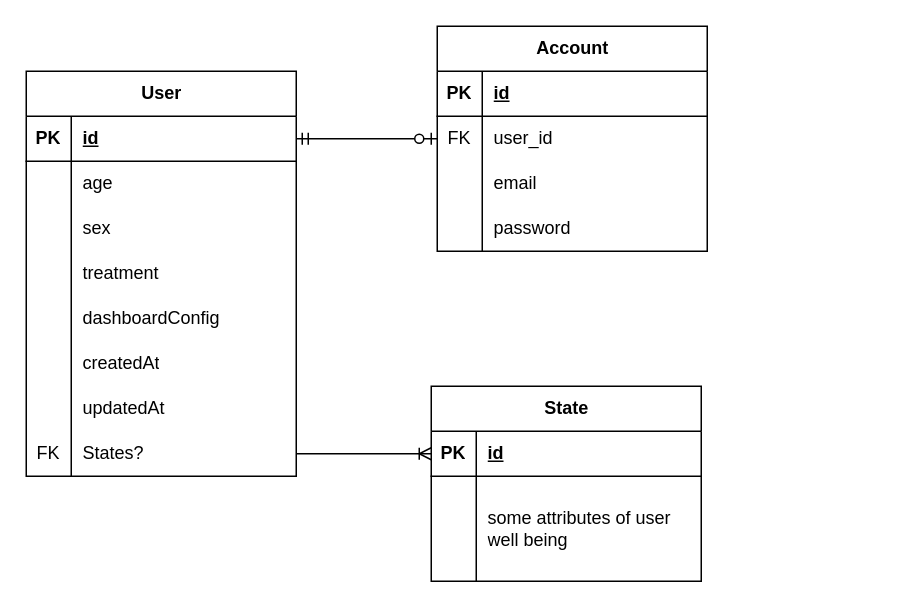
This is my-llm-app-demo/database_diagram.drawio from checkpoint214159/MGC2025, a draw.io file, before an edit. Source tidied: cells renumbered, new cells numbered last; positions are measured from the earlier drawing's top-left corner, leaving out a move shared by most shapes. Both pictures are drawn from the tidied source at 150%, with x=0, y=0 at pixel (26, 26).
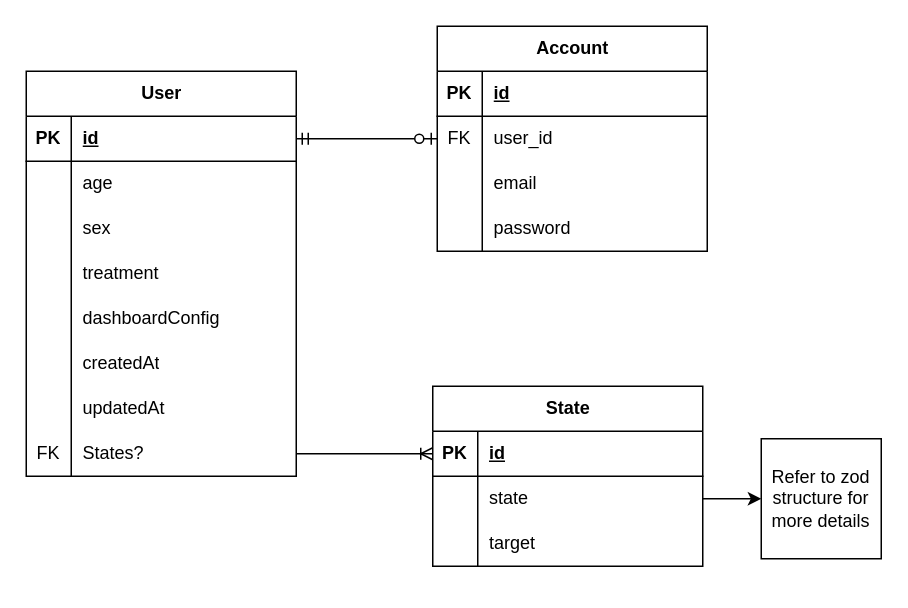
After the change.

The edit, as a diff of the source:
```diff
@@
     <mxCell id="41" value="State" style="shape=table;startSize=30;childLayout=tableLayout;rowLines=0;fontStyle=1;align=center;html=1;" parent="1" vertex="1">
-      <mxGeometry x="270" y="240" width="180" height="130" as="geometry" />
+      <mxGeometry x="271" y="240" width="180" height="120" as="geometry" />
     </mxCell>
@@
     <mxCell id="45" style="shape=tableRow;horizontal=0;startSize=0;swimlaneHead=0;swimlaneBody=0;fillColor=none;points=[[0,0.5],[1,0.5]];portConstraint=eastwest;top=0;left=0;right=0;bottom=0;" parent="41" vertex="1">
-      <mxGeometry y="60" width="180" height="70" as="geometry" />
+      <mxGeometry y="60" width="180" height="30" as="geometry" />
     </mxCell>
     <mxCell id="46" style="shape=partialRectangle;fillColor=none;top=0;left=0;bottom=0;right=0;overflow=hidden;whiteSpace=wrap;html=1;" parent="45" vertex="1">
-      <mxGeometry width="30" height="70" as="geometry" />
+      <mxGeometry width="30" height="30" as="geometry" />
     </mxCell>
-    <mxCell id="47" value="some attributes of user well being" style="shape=partialRectangle;fillColor=none;top=0;left=0;bottom=0;right=0;align=left;spacingLeft=6;overflow=hidden;whiteSpace=wrap;html=1;" parent="45" vertex="1">
-      <mxGeometry x="30" width="150" height="70" as="geometry" />
+    <mxCell id="47" value="state" style="shape=partialRectangle;fillColor=none;top=0;left=0;bottom=0;right=0;align=left;spacingLeft=6;overflow=hidden;whiteSpace=wrap;html=1;" parent="45" vertex="1">
+      <mxGeometry x="30" width="150" height="30" as="geometry" />
     </mxCell>
+    <mxCell id="49" style="shape=tableRow;horizontal=0;startSize=0;swimlaneHead=0;swimlaneBody=0;fillColor=none;top=0;left=0;right=0;bottom=0;" parent="41" vertex="1">
+      <mxGeometry y="90" width="180" height="30" as="geometry" />
+    </mxCell>
+    <mxCell id="50" style="shape=partialRectangle;fillColor=none;top=0;left=0;bottom=0;right=0;overflow=hidden;whiteSpace=wrap;html=1;" parent="49" vertex="1">
+      <mxGeometry width="30" height="30" as="geometry" />
+    </mxCell>
+    <mxCell id="51" value="target" style="shape=partialRectangle;fillColor=none;top=0;left=0;bottom=0;right=0;align=left;spacingLeft=6;overflow=hidden;whiteSpace=wrap;html=1;" parent="49" vertex="1">
+      <mxGeometry x="30" width="150" height="30" as="geometry" />
+    </mxCell>
@@
+    <mxCell id="52" value="Refer to zod structure for more details" style="whiteSpace=wrap;html=1;" parent="1" vertex="1">
+      <mxGeometry x="490" y="275" width="80" height="80" as="geometry" />
+    </mxCell>
+    <mxCell id="53" style="edgeStyle=none;html=1;exitX=1;exitY=0.5;exitDx=0;exitDy=0;entryX=0;entryY=0.5;entryDx=0;entryDy=0;" parent="1" edge="1" source="45" target="52">
+      <mxGeometry relative="1" as="geometry" />
+    </mxCell>
```
